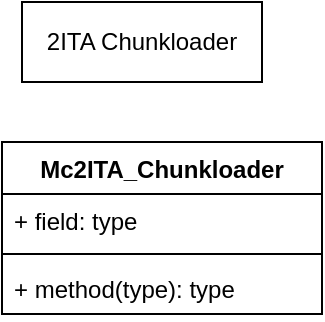
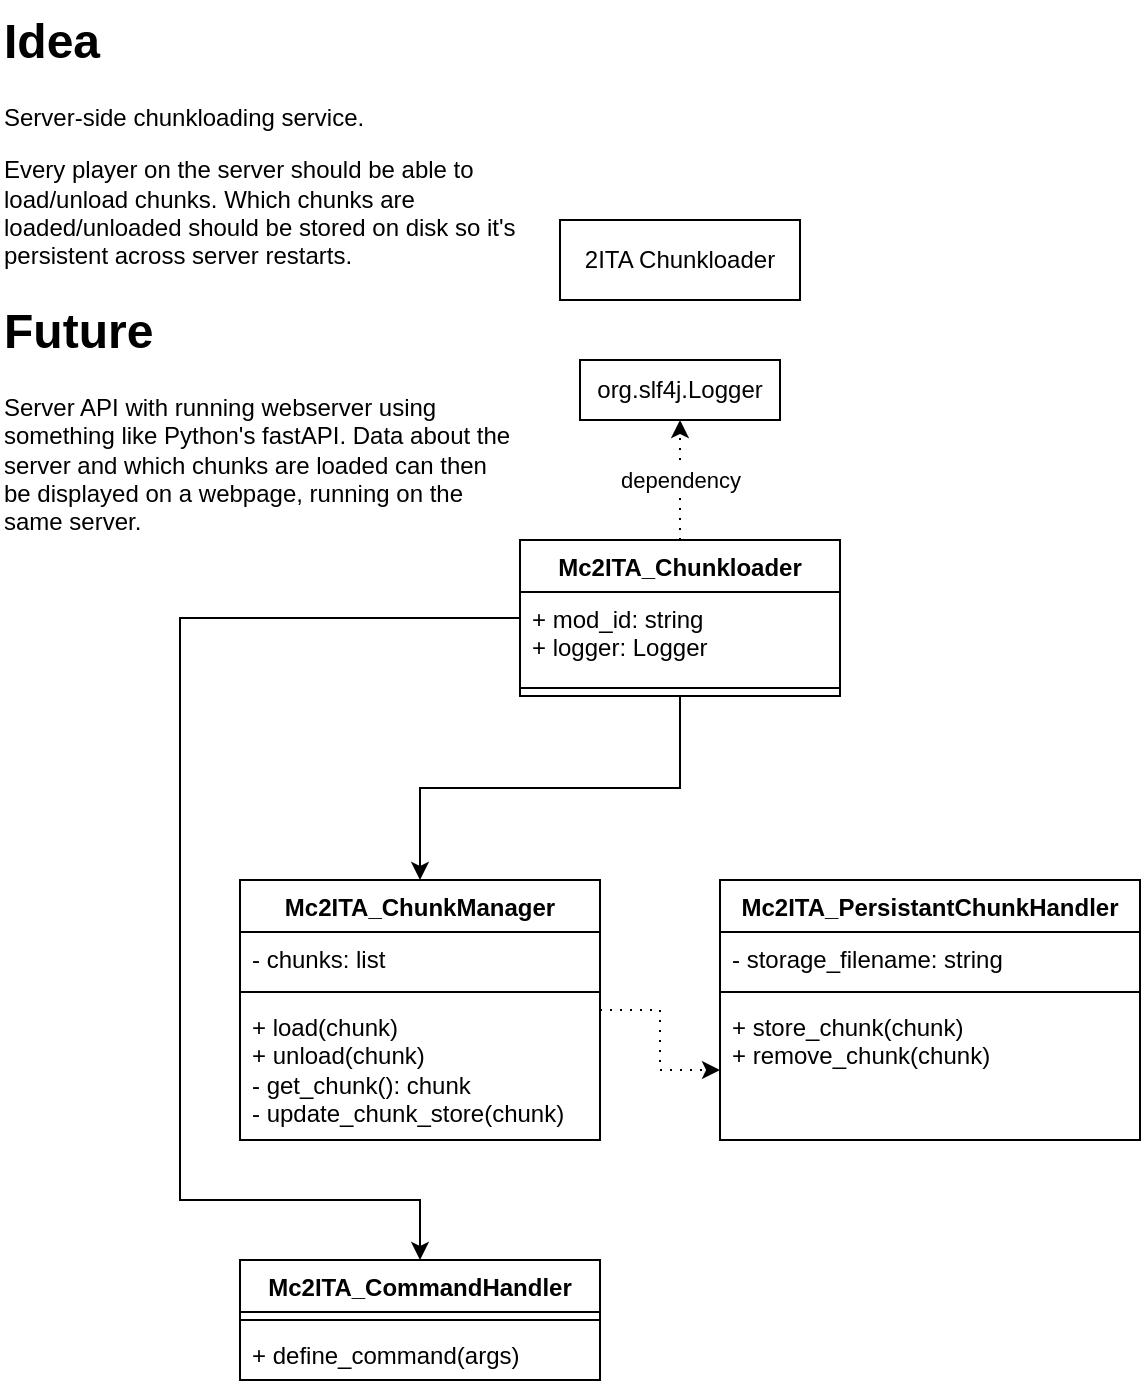
<mxfile host="Electron" agent="Mozilla/5.0 (Windows NT 10.0; Win64; x64) AppleWebKit/537.36 (KHTML, like Gecko) draw.io/29.6.6 Chrome/144.0.7559.236 Electron/40.8.4 Safari/537.36" version="29.6.6">
-   <diagram name="Page-1" id="KLD0JX2jalYroMwDsYpy">
-     <mxGraphModel dx="983" dy="580" grid="1" gridSize="10" guides="1" tooltips="1" connect="1" arrows="1" fold="1" page="1" pageScale="1" pageWidth="827" pageHeight="1169" math="0" shadow="0">
+   <diagram name="Class diagram" id="KLD0JX2jalYroMwDsYpy">
+     <mxGraphModel dx="1188" dy="701" grid="1" gridSize="10" guides="1" tooltips="1" connect="1" arrows="1" fold="1" page="1" pageScale="1" pageWidth="827" pageHeight="1169" math="0" shadow="0">
      <root>
        <mxCell id="0" />
        <mxCell id="1" parent="0" />
        <mxCell id="E7Nu41ZmW1LgEeM7r5k8-3" parent="1" style="rounded=0;whiteSpace=wrap;html=1;" value="2ITA Chunkloader" vertex="1">
-           <mxGeometry height="40" width="120" x="320" y="160" as="geometry" />
+           <mxGeometry height="40" width="120" x="320" y="140" as="geometry" />
+         </mxCell>
+         <mxCell id="qPgVKRsB_RX_aEyV6NZG-2" edge="1" parent="1" source="E7Nu41ZmW1LgEeM7r5k8-5" style="edgeStyle=orthogonalEdgeStyle;rounded=0;orthogonalLoop=1;jettySize=auto;html=1;entryX=0.5;entryY=1;entryDx=0;entryDy=0;dashed=1;dashPattern=1 4;" target="qPgVKRsB_RX_aEyV6NZG-1">
+           <mxGeometry relative="1" as="geometry">
+             <Array as="points">
+               <mxPoint x="380" y="240" />
+               <mxPoint x="380" y="240" />
+             </Array>
+           </mxGeometry>
+         </mxCell>
+         <mxCell id="qPgVKRsB_RX_aEyV6NZG-3" connectable="0" parent="qPgVKRsB_RX_aEyV6NZG-2" style="edgeLabel;html=1;align=center;verticalAlign=middle;resizable=0;points=[];" value="dependency" vertex="1">
+           <mxGeometry relative="1" x="0.4467" as="geometry">
+             <mxPoint y="13" as="offset" />
+           </mxGeometry>
+         </mxCell>
+         <mxCell id="qPgVKRsB_RX_aEyV6NZG-28" edge="1" parent="1" source="E7Nu41ZmW1LgEeM7r5k8-5" style="edgeStyle=orthogonalEdgeStyle;rounded=0;orthogonalLoop=1;jettySize=auto;html=1;" target="qPgVKRsB_RX_aEyV6NZG-5">
+           <mxGeometry relative="1" as="geometry" />
+         </mxCell>
+         <mxCell id="qPgVKRsB_RX_aEyV6NZG-30" edge="1" parent="1" source="E7Nu41ZmW1LgEeM7r5k8-5" style="edgeStyle=orthogonalEdgeStyle;rounded=0;orthogonalLoop=1;jettySize=auto;html=1;entryX=0.5;entryY=0;entryDx=0;entryDy=0;" target="qPgVKRsB_RX_aEyV6NZG-22">
+           <mxGeometry relative="1" as="geometry">
+             <Array as="points">
+               <mxPoint x="130" y="339" />
+               <mxPoint x="130" y="630" />
+               <mxPoint x="250" y="630" />
+             </Array>
+           </mxGeometry>
        </mxCell>
        <mxCell id="E7Nu41ZmW1LgEeM7r5k8-5" parent="1" style="swimlane;fontStyle=1;align=center;verticalAlign=top;childLayout=stackLayout;horizontal=1;startSize=26;horizontalStack=0;resizeParent=1;resizeParentMax=0;resizeLast=0;collapsible=1;marginBottom=0;whiteSpace=wrap;html=1;" value="Mc2ITA_Chunkloader" vertex="1">
-           <mxGeometry height="86" width="160" x="310" y="230" as="geometry" />
+           <mxGeometry height="78" width="160" x="300" y="300" as="geometry" />
        </mxCell>
-         <mxCell id="E7Nu41ZmW1LgEeM7r5k8-6" parent="E7Nu41ZmW1LgEeM7r5k8-5" style="text;strokeColor=none;fillColor=none;align=left;verticalAlign=top;spacingLeft=4;spacingRight=4;overflow=hidden;rotatable=0;points=[[0,0.5],[1,0.5]];portConstraint=eastwest;whiteSpace=wrap;html=1;" value="+ field: type" vertex="1">
-           <mxGeometry height="26" width="160" y="26" as="geometry" />
+         <mxCell id="E7Nu41ZmW1LgEeM7r5k8-6" parent="E7Nu41ZmW1LgEeM7r5k8-5" style="text;strokeColor=none;fillColor=none;align=left;verticalAlign=top;spacingLeft=4;spacingRight=4;overflow=hidden;rotatable=0;points=[[0,0.5],[1,0.5]];portConstraint=eastwest;whiteSpace=wrap;html=1;" value="+ mod_id: string&lt;div&gt;+ logger: Logger&lt;/div&gt;" vertex="1">
+           <mxGeometry height="44" width="160" y="26" as="geometry" />
        </mxCell>
        <mxCell id="E7Nu41ZmW1LgEeM7r5k8-7" parent="E7Nu41ZmW1LgEeM7r5k8-5" style="line;strokeWidth=1;fillColor=none;align=left;verticalAlign=middle;spacingTop=-1;spacingLeft=3;spacingRight=3;rotatable=0;labelPosition=right;points=[];portConstraint=eastwest;strokeColor=inherit;" value="" vertex="1">
-           <mxGeometry height="8" width="160" y="52" as="geometry" />
+           <mxGeometry height="8" width="160" y="70" as="geometry" />
        </mxCell>
-         <mxCell id="E7Nu41ZmW1LgEeM7r5k8-8" parent="E7Nu41ZmW1LgEeM7r5k8-5" style="text;strokeColor=none;fillColor=none;align=left;verticalAlign=top;spacingLeft=4;spacingRight=4;overflow=hidden;rotatable=0;points=[[0,0.5],[1,0.5]];portConstraint=eastwest;whiteSpace=wrap;html=1;" value="+ method(type): type" vertex="1">
-           <mxGeometry height="26" width="160" y="60" as="geometry" />
+         <mxCell id="qPgVKRsB_RX_aEyV6NZG-1" parent="1" style="rounded=0;whiteSpace=wrap;html=1;" value="org.slf4j.Logger" vertex="1">
+           <mxGeometry height="30" width="100" x="330" y="210" as="geometry" />
+         </mxCell>
+         <mxCell id="qPgVKRsB_RX_aEyV6NZG-17" edge="1" parent="1" source="qPgVKRsB_RX_aEyV6NZG-5" style="edgeStyle=orthogonalEdgeStyle;rounded=0;orthogonalLoop=1;jettySize=auto;html=1;entryX=0;entryY=0.5;entryDx=0;entryDy=0;dashed=1;dashPattern=1 4;" target="qPgVKRsB_RX_aEyV6NZG-14">
+           <mxGeometry relative="1" as="geometry" />
+         </mxCell>
+         <mxCell id="qPgVKRsB_RX_aEyV6NZG-5" parent="1" style="swimlane;fontStyle=1;align=center;verticalAlign=top;childLayout=stackLayout;horizontal=1;startSize=26;horizontalStack=0;resizeParent=1;resizeParentMax=0;resizeLast=0;collapsible=1;marginBottom=0;whiteSpace=wrap;html=1;" value="Mc2ITA_ChunkManager" vertex="1">
+           <mxGeometry height="130" width="180" x="160" y="470" as="geometry" />
+         </mxCell>
+         <mxCell id="qPgVKRsB_RX_aEyV6NZG-6" parent="qPgVKRsB_RX_aEyV6NZG-5" style="text;strokeColor=none;fillColor=none;align=left;verticalAlign=top;spacingLeft=4;spacingRight=4;overflow=hidden;rotatable=0;points=[[0,0.5],[1,0.5]];portConstraint=eastwest;whiteSpace=wrap;html=1;" value="- chunks: list" vertex="1">
+           <mxGeometry height="26" width="180" y="26" as="geometry" />
+         </mxCell>
+         <mxCell id="qPgVKRsB_RX_aEyV6NZG-7" parent="qPgVKRsB_RX_aEyV6NZG-5" style="line;strokeWidth=1;fillColor=none;align=left;verticalAlign=middle;spacingTop=-1;spacingLeft=3;spacingRight=3;rotatable=0;labelPosition=right;points=[];portConstraint=eastwest;strokeColor=inherit;" value="" vertex="1">
+           <mxGeometry height="8" width="180" y="52" as="geometry" />
+         </mxCell>
+         <mxCell id="qPgVKRsB_RX_aEyV6NZG-8" parent="qPgVKRsB_RX_aEyV6NZG-5" style="text;strokeColor=none;fillColor=none;align=left;verticalAlign=top;spacingLeft=4;spacingRight=4;overflow=hidden;rotatable=0;points=[[0,0.5],[1,0.5]];portConstraint=eastwest;whiteSpace=wrap;html=1;" value="+ load(chunk)&lt;div&gt;+ unload(chunk)&lt;/div&gt;&lt;div&gt;- get_chunk(): chunk&lt;/div&gt;&lt;div&gt;- update_chunk_store(chunk)&lt;/div&gt;" vertex="1">
+           <mxGeometry height="70" width="180" y="60" as="geometry" />
+         </mxCell>
+         <mxCell id="qPgVKRsB_RX_aEyV6NZG-11" parent="1" style="swimlane;fontStyle=1;align=center;verticalAlign=top;childLayout=stackLayout;horizontal=1;startSize=26;horizontalStack=0;resizeParent=1;resizeParentMax=0;resizeLast=0;collapsible=1;marginBottom=0;whiteSpace=wrap;html=1;" value="Mc2ITA_PersistantChunkHandler" vertex="1">
+           <mxGeometry height="130" width="210" x="400" y="470" as="geometry" />
+         </mxCell>
+         <mxCell id="qPgVKRsB_RX_aEyV6NZG-12" parent="qPgVKRsB_RX_aEyV6NZG-11" style="text;strokeColor=none;fillColor=none;align=left;verticalAlign=top;spacingLeft=4;spacingRight=4;overflow=hidden;rotatable=0;points=[[0,0.5],[1,0.5]];portConstraint=eastwest;whiteSpace=wrap;html=1;" value="- storage_filename: string" vertex="1">
+           <mxGeometry height="26" width="210" y="26" as="geometry" />
+         </mxCell>
+         <mxCell id="qPgVKRsB_RX_aEyV6NZG-13" parent="qPgVKRsB_RX_aEyV6NZG-11" style="line;strokeWidth=1;fillColor=none;align=left;verticalAlign=middle;spacingTop=-1;spacingLeft=3;spacingRight=3;rotatable=0;labelPosition=right;points=[];portConstraint=eastwest;strokeColor=inherit;" value="" vertex="1">
+           <mxGeometry height="8" width="210" y="52" as="geometry" />
+         </mxCell>
+         <mxCell id="qPgVKRsB_RX_aEyV6NZG-14" parent="qPgVKRsB_RX_aEyV6NZG-11" style="text;strokeColor=none;fillColor=none;align=left;verticalAlign=top;spacingLeft=4;spacingRight=4;overflow=hidden;rotatable=0;points=[[0,0.5],[1,0.5]];portConstraint=eastwest;whiteSpace=wrap;html=1;" value="+ store_chunk(chunk)&lt;div&gt;+ remove_chunk(chunk)&lt;/div&gt;" vertex="1">
+           <mxGeometry height="70" width="210" y="60" as="geometry" />
+         </mxCell>
+         <mxCell id="qPgVKRsB_RX_aEyV6NZG-22" parent="1" style="swimlane;fontStyle=1;align=center;verticalAlign=top;childLayout=stackLayout;horizontal=1;startSize=26;horizontalStack=0;resizeParent=1;resizeParentMax=0;resizeLast=0;collapsible=1;marginBottom=0;whiteSpace=wrap;html=1;" value="Mc2ITA_CommandHandler" vertex="1">
+           <mxGeometry height="60" width="180" x="160" y="660" as="geometry" />
+         </mxCell>
+         <mxCell id="qPgVKRsB_RX_aEyV6NZG-24" parent="qPgVKRsB_RX_aEyV6NZG-22" style="line;strokeWidth=1;fillColor=none;align=left;verticalAlign=middle;spacingTop=-1;spacingLeft=3;spacingRight=3;rotatable=0;labelPosition=right;points=[];portConstraint=eastwest;strokeColor=inherit;" value="" vertex="1">
+           <mxGeometry height="8" width="180" y="26" as="geometry" />
+         </mxCell>
+         <mxCell id="qPgVKRsB_RX_aEyV6NZG-25" parent="qPgVKRsB_RX_aEyV6NZG-22" style="text;strokeColor=none;fillColor=none;align=left;verticalAlign=top;spacingLeft=4;spacingRight=4;overflow=hidden;rotatable=0;points=[[0,0.5],[1,0.5]];portConstraint=eastwest;whiteSpace=wrap;html=1;" value="+ define_command(args)" vertex="1">
+           <mxGeometry height="26" width="180" y="34" as="geometry" />
+         </mxCell>
+         <mxCell id="qPgVKRsB_RX_aEyV6NZG-31" parent="1" style="text;html=1;whiteSpace=wrap;overflow=hidden;rounded=0;" value="&lt;h1 style=&quot;margin-top: 0px;&quot;&gt;Idea&lt;/h1&gt;&lt;p&gt;Server-side chunkloading service.&lt;/p&gt;&lt;p&gt;Every player on the server should be able to load/unload chunks. Which chunks are loaded/unloaded should be stored on disk so it&#39;s persistent across server restarts.&lt;/p&gt;&lt;h1&gt;Future&lt;/h1&gt;&lt;div&gt;Server API with running webserver using something like Python&#39;s fastAPI. Data about the server and which chunks are loaded can then be displayed on a webpage, running on the same server.&lt;/div&gt;" vertex="1">
+           <mxGeometry height="280" width="260" x="40" y="30" as="geometry" />
        </mxCell>
      </root>
    </mxGraphModel>
  </diagram>
</mxfile>
